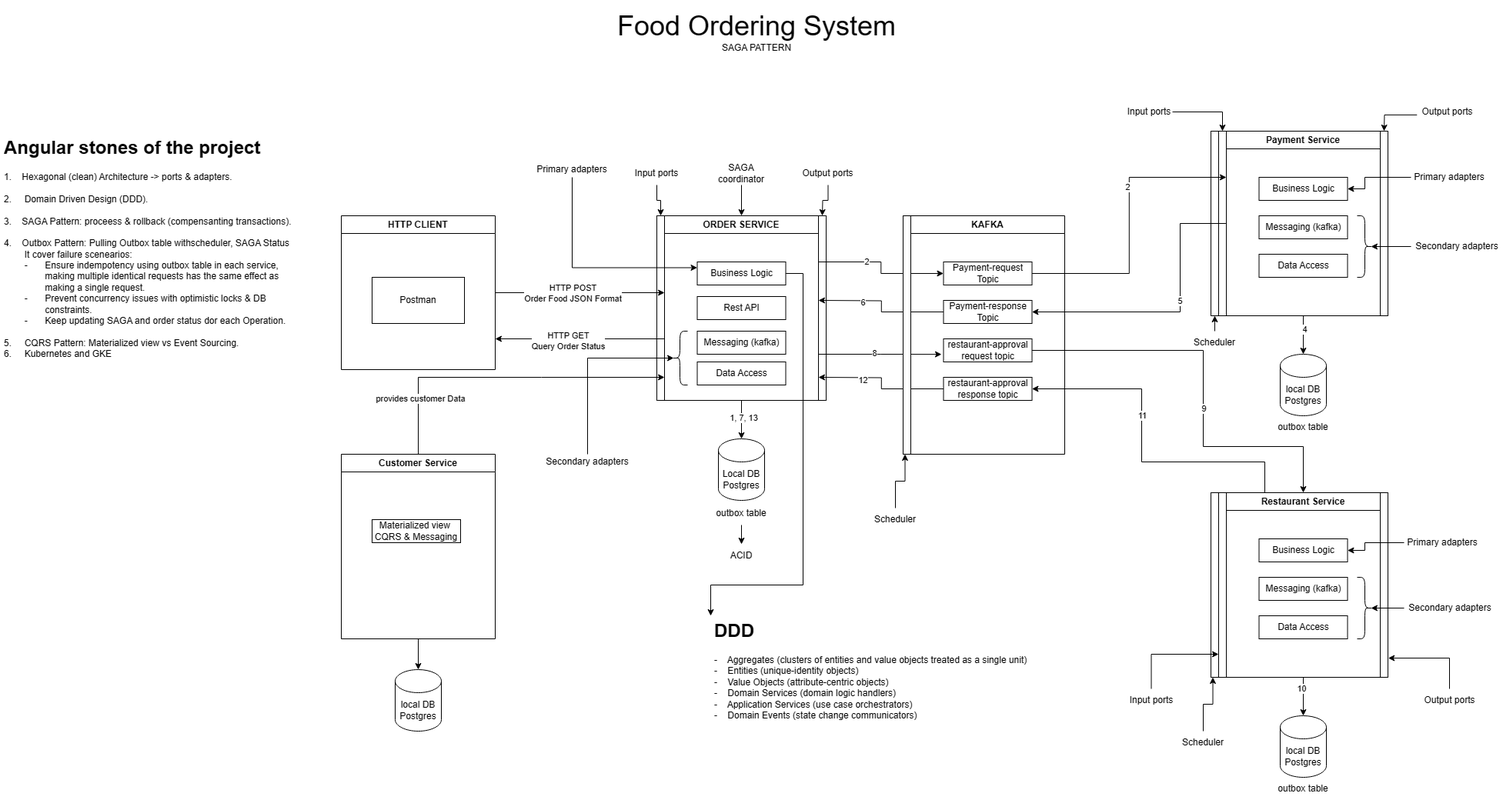
emgs0/food-ordering-system keeps this draw.io diagram as Overview Food Ordering System.drawio.png. Above is the earlier version. Source tidied: cells renumbered, new cells last; positions are measured from the earlier drawing's top-left corner, leaving out a move shared by most shapes.
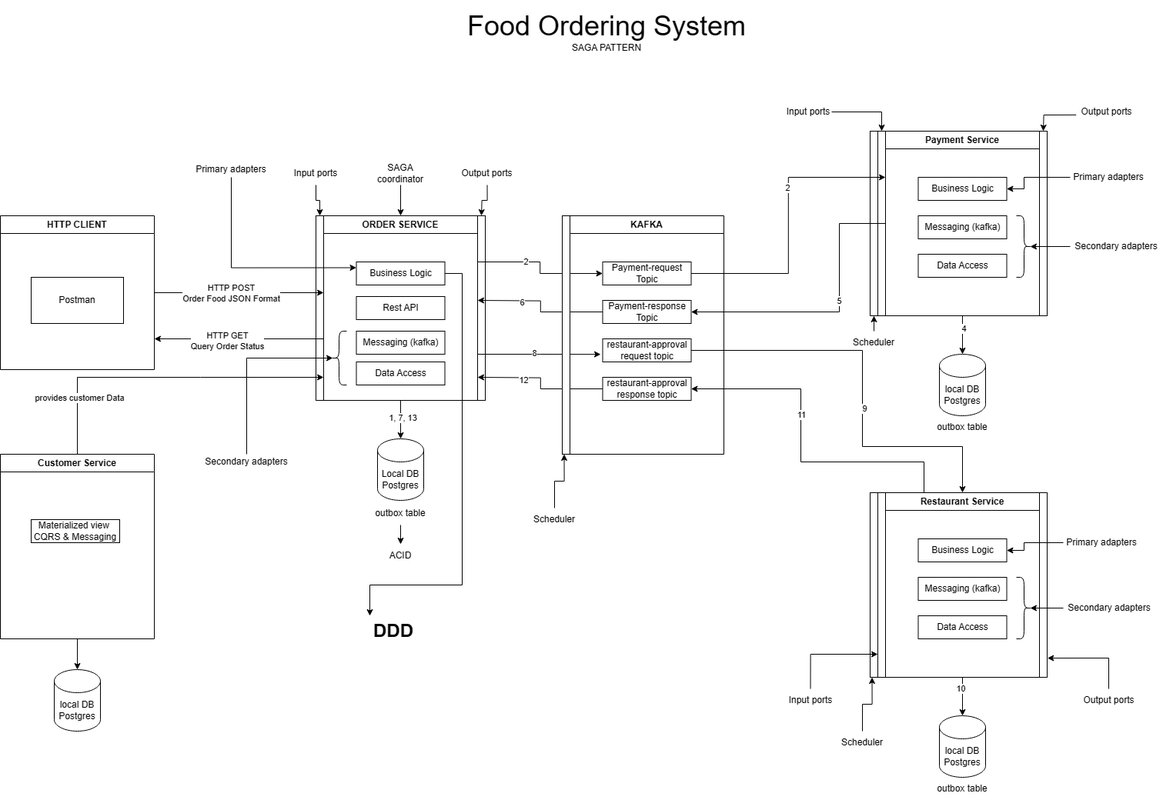
The same diagram one commit later.

Change to the diagram source:
```diff
@@ -54,7 +54,7 @@
       <mxGeometry x="10" y="150" width="20" height="70" as="geometry" />
     </mxCell>
     <mxCell id="18" value="&lt;font style=&quot;font-size: 36px;&quot;&gt;Food Ordering System&lt;br&gt;&lt;/font&gt;SAGA PATTERN" style="text;html=1;strokeColor=none;fillColor=none;align=center;verticalAlign=middle;whiteSpace=wrap;rounded=0;" parent="1" vertex="1">
-      <mxGeometry x="748" width="470" height="80" as="geometry" />
+      <mxGeometry x="995.5" width="470" height="80" as="geometry" />
     </mxCell>
     <mxCell id="19" value="HTTP CLIENT" style="swimlane;whiteSpace=wrap;html=1;" parent="1" vertex="1">
       <mxGeometry x="443" y="280" width="200" height="200" as="geometry" />
@@ -247,9 +247,6 @@
     <mxCell id="68" value="SAGA coordinator" style="text;html=1;strokeColor=none;fillColor=none;align=center;verticalAlign=middle;whiteSpace=wrap;rounded=0;" parent="1" vertex="1">
       <mxGeometry x="933" y="210" width="60" height="30" as="geometry" />
     </mxCell>
-    <mxCell id="69" value="&lt;h1&gt;Angular stones of the project&lt;/h1&gt;&lt;div&gt;1.&lt;span style=&quot;&quot;&gt;&lt;span style=&quot;white-space: pre;&quot;&gt;&amp;nbsp;&amp;nbsp;&amp;nbsp;&amp;nbsp;&lt;/span&gt;&lt;/span&gt;Hexagonal (clean) Architecture -&amp;gt; ports &amp;amp; adapters.&lt;/div&gt;&lt;div&gt;&lt;br&gt;&lt;/div&gt;&lt;div&gt;2. &lt;span style=&quot;&quot;&gt;&lt;span style=&quot;white-space: pre;&quot;&gt;&amp;nbsp;&amp;nbsp;&amp;nbsp;&amp;nbsp;&lt;/span&gt;&lt;/span&gt;Domain Driven Design (DDD).&lt;/div&gt;&lt;div&gt;&lt;br&gt;&lt;/div&gt;&lt;div&gt;3.&lt;span style=&quot;&quot;&gt;&lt;span style=&quot;white-space: pre;&quot;&gt;&amp;nbsp;&amp;nbsp;&amp;nbsp;&amp;nbsp;&lt;/span&gt;&lt;/span&gt;SAGA Pattern: proceess &amp;amp; rollback (compensanting transactions).&lt;/div&gt;&lt;div&gt;&lt;br&gt;&lt;/div&gt;&lt;div&gt;4.&lt;span style=&quot;&quot;&gt;&lt;span style=&quot;white-space: pre;&quot;&gt;&amp;nbsp;&amp;nbsp;&amp;nbsp;&amp;nbsp;&lt;/span&gt;&lt;/span&gt;Outbox Pattern: Pulling Outbox table withscheduler, SAGA Status&lt;/div&gt;&lt;div&gt;&lt;span style=&quot;&quot;&gt;&lt;span style=&quot;white-space: pre;&quot;&gt;&amp;nbsp;&amp;nbsp;&amp;nbsp;&amp;nbsp;&lt;span style=&quot;white-space: pre;&quot;&gt;&#9;&lt;/span&gt;&lt;/span&gt;&lt;/span&gt;It cover failure scenearios:&lt;br&gt;&lt;/div&gt;&lt;div&gt;&lt;span style=&quot;&quot;&gt;&lt;span style=&quot;white-space: pre;&quot;&gt;&amp;nbsp;&amp;nbsp;&amp;nbsp;&amp;nbsp;&lt;span style=&quot;white-space: pre;&quot;&gt;&#9;&lt;/span&gt;&lt;/span&gt;&lt;/span&gt;-&lt;span style=&quot;white-space: pre;&quot;&gt;&#9;&lt;/span&gt;Ensure indempotency using outbox table in each service, &lt;span style=&quot;white-space: pre;&quot;&gt;&#9;&lt;/span&gt;&lt;span style=&quot;white-space: pre;&quot;&gt;&#9;&lt;/span&gt;making multiple identical requests has the same effect as &lt;span style=&quot;white-space: pre;&quot;&gt;&#9;&lt;/span&gt;&lt;span style=&quot;white-space: pre;&quot;&gt;&#9;&lt;/span&gt;making a single request.&lt;/div&gt;&lt;div&gt;&lt;span style=&quot;white-space: pre;&quot;&gt;&#9;&lt;/span&gt;-&lt;span style=&quot;white-space: pre;&quot;&gt;&#9;&lt;/span&gt;Prevent concurrency issues with optimistic locks &amp;amp; DB &lt;span style=&quot;white-space: pre;&quot;&gt;&#9;&lt;/span&gt;&lt;span style=&quot;white-space: pre;&quot;&gt;&#9;&lt;/span&gt;constraints.&lt;/div&gt;&lt;div&gt;&lt;span style=&quot;white-space: pre;&quot;&gt;&#9;&lt;/span&gt;-&lt;span style=&quot;white-space: pre;&quot;&gt;&#9;&lt;/span&gt;Keep updating SAGA and order status dor each Operation.&lt;br&gt;&lt;br&gt;&lt;/div&gt;&lt;div&gt;5.&lt;span style=&quot;white-space: pre;&quot;&gt;&#9;&lt;/span&gt;CQRS Pattern: Materialized view vs Event Sourcing.&lt;/div&gt;&lt;div&gt;6.&lt;span style=&quot;white-space: pre;&quot;&gt;&#9;&lt;/span&gt;Kubernetes and GKE&lt;/div&gt;" style="text;html=1;strokeColor=none;fillColor=none;spacing=5;spacingTop=-20;whiteSpace=wrap;overflow=hidden;rounded=0;" parent="1" vertex="1">
-      <mxGeometry y="172" width="400" height="360" as="geometry" />
-    </mxCell>
     <mxCell id="70" style="edgeStyle=orthogonalEdgeStyle;rounded=0;jettySize=auto;html=1;exitX=0.5;exitY=1;exitDx=0;exitDy=0;entryX=0.5;entryY=0;entryDx=0;entryDy=0;" parent="1" edge="1" source="71" target="6">
       <mxGeometry relative="1" as="geometry">
         <Array as="points">
@@ -360,7 +357,7 @@
     <mxCell id="95" style="edgeStyle=orthogonalEdgeStyle;rounded=0;jettySize=auto;html=1;exitX=0;exitY=0.5;exitDx=0;exitDy=0;entryX=0.1;entryY=0.5;entryDx=0;entryDy=0;entryPerimeter=0;" parent="1" edge="1" source="94" target="44">
       <mxGeometry relative="1" as="geometry" />
     </mxCell>
-    <mxCell id="96" value="&lt;h1&gt;DDD&lt;/h1&gt;&lt;div&gt;-&lt;span style=&quot;&quot;&gt;&lt;span style=&quot;&quot;&gt;&amp;nbsp;&amp;nbsp;&amp;nbsp;&amp;nbsp;&lt;/span&gt;&lt;/span&gt;Aggregates (clusters of entities and value objects treated as a single unit)&lt;/div&gt;&lt;div&gt;-&lt;span style=&quot;&quot;&gt;&lt;span style=&quot;&quot;&gt;&amp;nbsp;&amp;nbsp;&amp;nbsp;&amp;nbsp;&lt;/span&gt;&lt;/span&gt;Entities (unique-identity objects)&lt;/div&gt;&lt;div&gt;-&lt;span style=&quot;&quot;&gt;&lt;span style=&quot;&quot;&gt;&amp;nbsp;&amp;nbsp;&amp;nbsp;&amp;nbsp;&lt;/span&gt;&lt;/span&gt;Value Objects (attribute-centric objects)&lt;/div&gt;&lt;div&gt;-&lt;span style=&quot;&quot;&gt;&lt;span style=&quot;&quot;&gt;&amp;nbsp;&amp;nbsp;&amp;nbsp;&amp;nbsp;&lt;/span&gt;&lt;/span&gt;Domain Services (domain logic handlers)&lt;/div&gt;&lt;div&gt;-&lt;span style=&quot;&quot;&gt;&lt;span style=&quot;&quot;&gt;&amp;nbsp; &amp;nbsp;&amp;nbsp;&lt;/span&gt;&lt;/span&gt;Application Services (use case orchestrators)&lt;/div&gt;&lt;div&gt;-&lt;span style=&quot;&quot;&gt;&lt;span style=&quot;&quot;&gt;&amp;nbsp; &amp;nbsp;&amp;nbsp;&lt;/span&gt;&lt;/span&gt;Domain Events (state change communicators)&lt;/div&gt;&lt;div&gt;&lt;br&gt;&lt;/div&gt;&lt;div&gt;&lt;br&gt;&lt;/div&gt;&lt;div&gt;&lt;br&gt;&lt;/div&gt;&lt;div&gt;&lt;br&gt;&lt;/div&gt;&lt;div&gt;&lt;br&gt;&lt;/div&gt;&lt;div&gt;&lt;br&gt;&lt;/div&gt;" style="text;html=1;strokeColor=none;fillColor=none;spacing=5;spacingTop=-20;whiteSpace=wrap;overflow=hidden;rounded=0;" parent="1" vertex="1">
+    <mxCell id="96" value="&lt;h1&gt;DDD&lt;/h1&gt;&lt;div&gt;&lt;br&gt;&lt;/div&gt;&lt;div&gt;&lt;br&gt;&lt;/div&gt;&lt;div&gt;&lt;br&gt;&lt;/div&gt;&lt;div&gt;&lt;br&gt;&lt;/div&gt;&lt;div&gt;&lt;br&gt;&lt;/div&gt;&lt;div&gt;&lt;br&gt;&lt;/div&gt;" style="text;html=1;strokeColor=none;fillColor=none;spacing=5;spacingTop=-20;whiteSpace=wrap;overflow=hidden;rounded=0;" parent="1" vertex="1">
       <mxGeometry x="923" y="800" width="470" height="140" as="geometry" />
     </mxCell>
     <mxCell id="97" style="edgeStyle=orthogonalEdgeStyle;rounded=0;jettySize=auto;html=1;exitX=1;exitY=0.5;exitDx=0;exitDy=0;entryX=0;entryY=0;entryDx=0;entryDy=0;" parent="1" edge="1" source="16" target="96">
```
